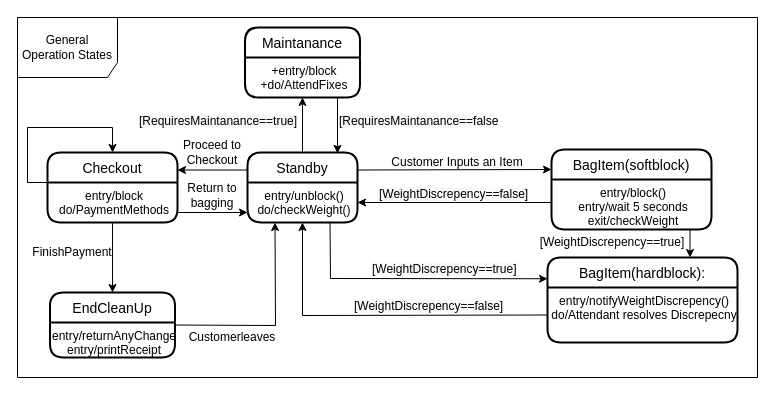
The draw.io diagram page "Generalized State Diagram" (1 of 3) of Diagrams/StateDiagrams/Untitled Diagram.drawio in adam-25/Self-Checkout-System, before the edit. Source tidied: cells renumbered, new cells numbered last; positions are measured from the earlier drawing's top-left corner, leaving out a move shared by most shapes. Both pictures are drawn from the tidied source at 100%, with x=0, y=0 at pixel (17, 17).
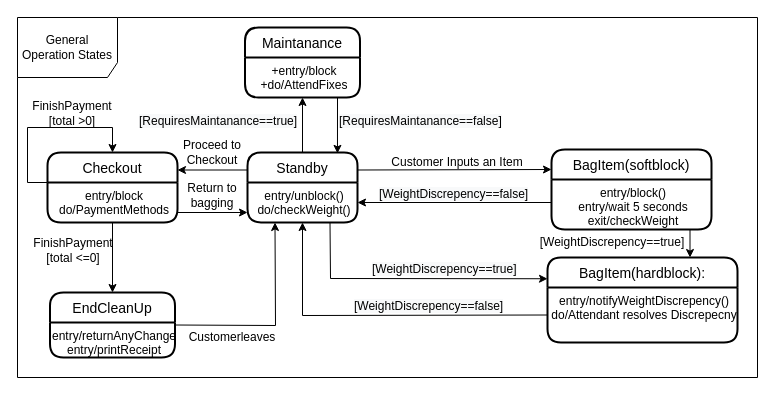
The same diagram, later.

Change to the diagram source:
```diff
@@
-    <mxCell id="33" value="&lt;span style=&quot;color: rgb(0 , 0 , 0) ; font-family: &amp;#34;helvetica&amp;#34; ; font-size: 12px ; font-style: normal ; font-weight: 400 ; letter-spacing: normal ; text-align: center ; text-indent: 0px ; text-transform: none ; word-spacing: 0px ; background-color: rgb(248 , 249 , 250) ; display: inline ; float: none&quot;&gt;[RequiresMaintanance==false&lt;/span&gt;" style="text;whiteSpace=wrap;html=1;" parent="1" vertex="1">
+    <mxCell id="33" value="&lt;span style=&quot;color: rgb(0 , 0 , 0) ; font-family: &amp;#34;helvetica&amp;#34; ; font-size: 12px ; font-style: normal ; font-weight: 400 ; letter-spacing: normal ; text-align: center ; text-indent: 0px ; text-transform: none ; word-spacing: 0px ; background-color: rgb(248 , 249 , 250) ; display: inline ; float: none&quot;&gt;[RequiresMaintanance==false]&lt;/span&gt;" style="text;whiteSpace=wrap;html=1;" parent="1" vertex="1">
       <mxGeometry x="320" y="90" width="170" height="30" as="geometry" />
     </mxCell>
-    <mxCell id="34" value="FinishPayment" style="text;html=1;strokeColor=none;fillColor=none;align=center;verticalAlign=middle;whiteSpace=wrap;rounded=0;" parent="1" vertex="1">
-      <mxGeometry x="10" y="220" width="90" height="30" as="geometry" />
+    <mxCell id="34" value="FinishPayment [total &amp;gt;0]" style="text;html=1;strokeColor=none;fillColor=none;align=center;verticalAlign=middle;whiteSpace=wrap;rounded=0;" parent="1" vertex="1">
+      <mxGeometry x="10" y="81" width="90" height="30" as="geometry" />
     </mxCell>
@@
+    <mxCell id="38" value="FinishPayment [total &amp;lt;=0]" style="text;html=1;strokeColor=none;fillColor=none;align=center;verticalAlign=middle;whiteSpace=wrap;rounded=0;" parent="1" vertex="1">
+      <mxGeometry x="11" y="218" width="90" height="30" as="geometry" />
+    </mxCell>
```
